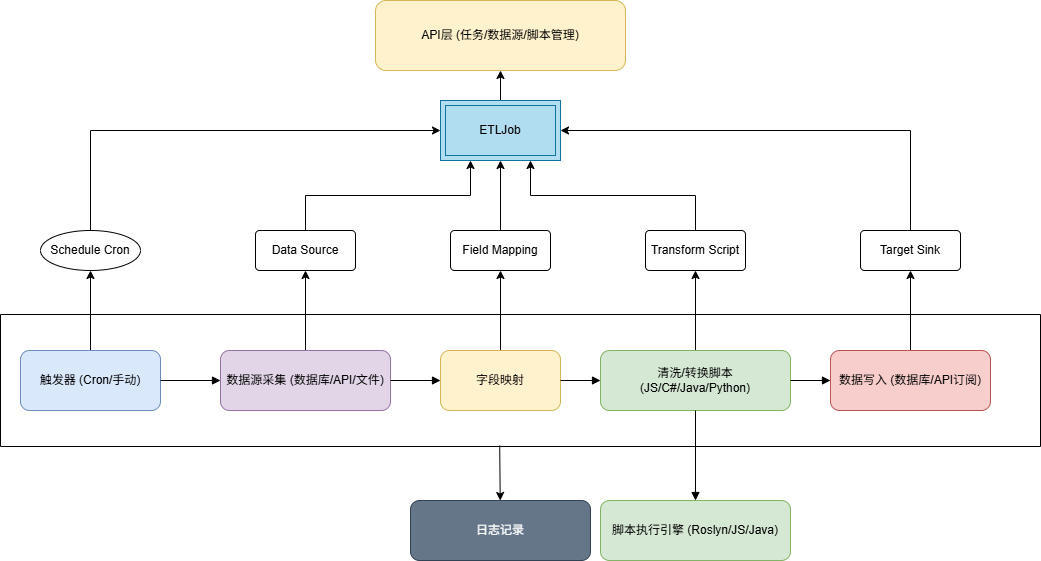
jeffzhou12/mini-etl keeps this draw.io diagram as etl_flow.drawio.png. Above is the earlier version. Source tidied: cells renumbered, new cells last; positions are measured from the earlier drawing's top-left corner, leaving out a move shared by most shapes.
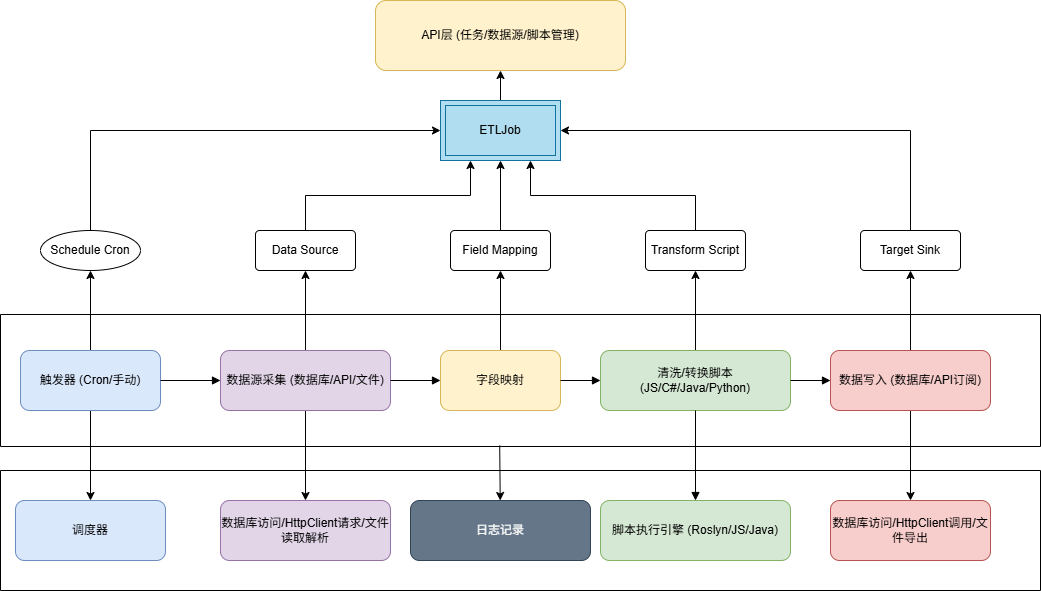
The same diagram one commit later.

Diff of the diagram source:
```diff
@@ -5,12 +5,18 @@
     <mxCell id="2" style="edgeStyle=orthogonalEdgeStyle;rounded=0;jettySize=auto;html=1;exitX=0.5;exitY=0;exitDx=0;exitDy=0;entryX=0.5;entryY=1;entryDx=0;entryDy=0;" parent="1" edge="1" source="3" target="23">
       <mxGeometry relative="1" as="geometry" />
     </mxCell>
+    <mxCell id="34" style="edgeStyle=orthogonalEdgeStyle;rounded=0;jettySize=auto;html=1;" parent="1" edge="1" source="3" target="40">
+      <mxGeometry relative="1" as="geometry" />
+    </mxCell>
     <mxCell id="3" value="触发器 (Cron/手动)" style="rounded=1;whiteSpace=wrap;html=1;fillColor=#dae8fc;strokeColor=#6c8ebf;" parent="1" vertex="1">
       <mxGeometry x="20" y="350" width="140" height="60" as="geometry" />
     </mxCell>
     <mxCell id="4" style="edgeStyle=orthogonalEdgeStyle;rounded=0;jettySize=auto;html=1;" parent="1" edge="1" source="5" target="25">
       <mxGeometry relative="1" as="geometry" />
     </mxCell>
+    <mxCell id="35" style="edgeStyle=orthogonalEdgeStyle;rounded=0;jettySize=auto;html=1;" parent="1" edge="1" source="5" target="38">
+      <mxGeometry relative="1" as="geometry" />
+    </mxCell>
     <mxCell id="5" value="数据源采集 (数据库/API/文件)" style="rounded=1;whiteSpace=wrap;html=1;fillColor=#e1d5e7;strokeColor=#9673a6;" parent="1" vertex="1">
       <mxGeometry x="220" y="350" width="170" height="60" as="geometry" />
     </mxCell>
@@ -29,6 +35,9 @@
     <mxCell id="10" style="edgeStyle=orthogonalEdgeStyle;rounded=0;jettySize=auto;html=1;" parent="1" edge="1" source="11" target="31">
       <mxGeometry relative="1" as="geometry" />
     </mxCell>
+    <mxCell id="36" style="edgeStyle=orthogonalEdgeStyle;rounded=0;jettySize=auto;html=1;" parent="1" edge="1" source="11" target="37">
+      <mxGeometry relative="1" as="geometry" />
+    </mxCell>
     <mxCell id="11" value="数据写入 (数据库/API订阅)" style="rounded=1;whiteSpace=wrap;html=1;fillColor=#f8cecc;strokeColor=#b85450;" parent="1" vertex="1">
       <mxGeometry x="830" y="350" width="160" height="60" as="geometry" />
     </mxCell>
@@ -98,5 +107,17 @@
     <mxCell id="33" style="rounded=0;jettySize=auto;html=1;exitX=0.48;exitY=0.992;exitDx=0;exitDy=0;exitPerimeter=0;" parent="1" edge="1" source="32" target="12">
       <mxGeometry relative="1" as="geometry" />
     </mxCell>
+    <mxCell id="37" value="数据库访问/HttpClient调用/文件导出" style="rounded=1;whiteSpace=wrap;html=1;fillColor=#f8cecc;strokeColor=#b85450;" parent="1" vertex="1">
+      <mxGeometry x="830" y="500" width="160" height="60" as="geometry" />
+    </mxCell>
+    <mxCell id="38" value="数据库访问/HttpClient请求/文件读取解析" style="rounded=1;whiteSpace=wrap;html=1;fillColor=#e1d5e7;strokeColor=#9673a6;" parent="1" vertex="1">
+      <mxGeometry x="220" y="500" width="170" height="60" as="geometry" />
+    </mxCell>
+    <mxCell id="39" style="swimlane;startSize=0;" parent="1" vertex="1">
+      <mxGeometry y="470" width="1040" height="120" as="geometry" />
+    </mxCell>
+    <mxCell id="40" value="调度器" style="rounded=1;whiteSpace=wrap;html=1;fillColor=#dae8fc;strokeColor=#6c8ebf;" parent="39" vertex="1">
+      <mxGeometry x="15" y="30" width="150" height="60" as="geometry" />
+    </mxCell>
   </root>
 </mxGraphModel>
```
